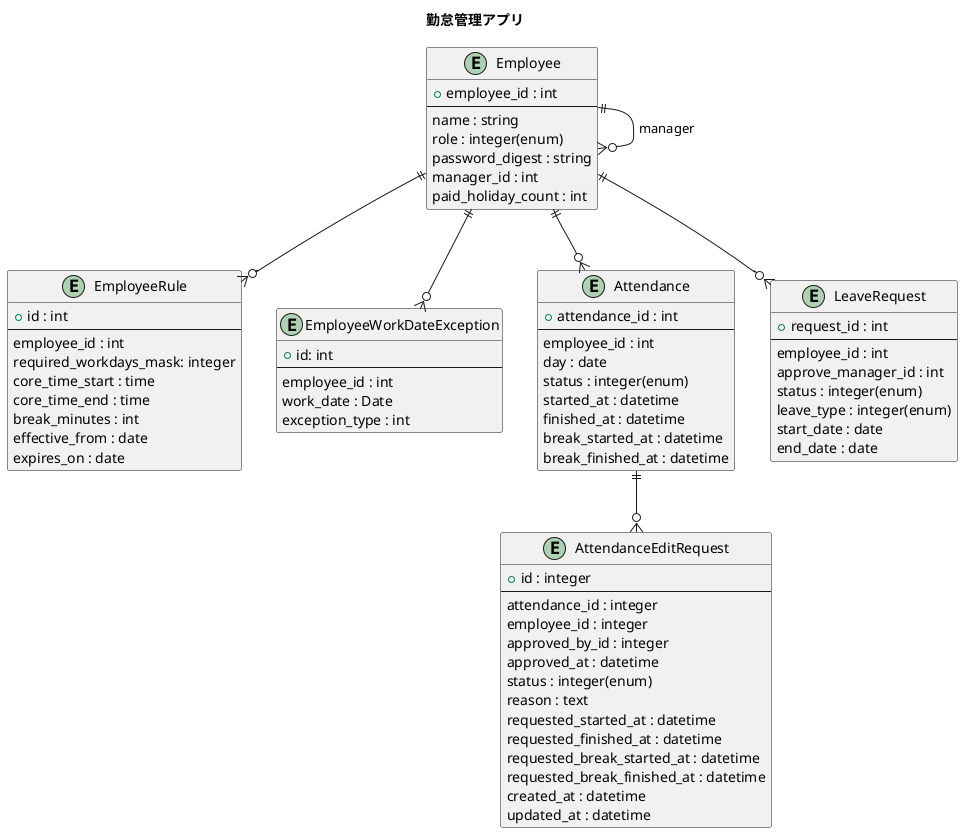
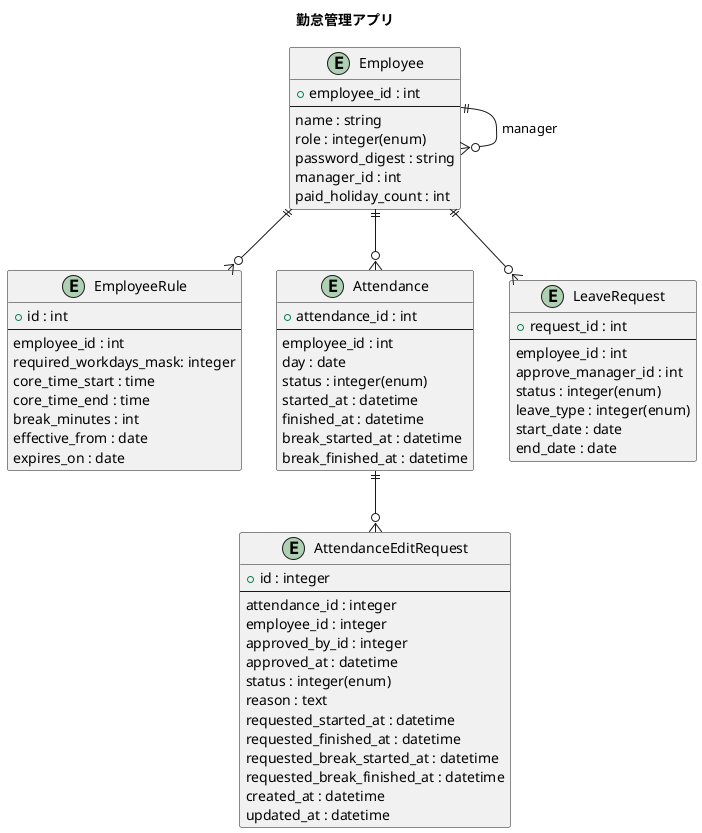
@startuml
title 勤怠管理アプリ

entity Employee {
  + employee_id : int
  --
  name : string
  role : integer(enum)
  password_digest : string
  manager_id : int
  paid_holiday_count : int
}
Employee ||--o{ Employee : manager

entity EmployeeRule {
  + id : int
  --
  employee_id : int
  required_workdays_mask: integer
  core_time_start : time
  core_time_end : time
  break_minutes : int
  effective_from : date
  expires_on : date
}

- entity EmployeeWorkDateException{
-   + id: int
-   --
-   employee_id : int
-   work_date : Date
-   exception_type : int
- }

Employee ||--o{EmployeeRule
- Employee ||--o{EmployeeWorkDateException

entity Attendance {
  + attendance_id : int
  --
  employee_id : int
  day : date
  status : integer(enum)
  started_at : datetime
  finished_at : datetime
  break_started_at : datetime
  break_finished_at : datetime
}

entity AttendanceEditRequest {
  + id : integer
  --
  attendance_id : integer
  employee_id : integer
  approved_by_id : integer
  approved_at : datetime
  'edit_type : integer(enum)
  status : integer(enum)
  reason : text
  requested_started_at : datetime
  requested_finished_at : datetime
  requested_break_started_at : datetime
  requested_break_finished_at : datetime
  created_at : datetime
  updated_at : datetime
}

entity LeaveRequest{
  + request_id : int
  --
  employee_id : int
  approve_manager_id : int
  status : integer(enum)
  leave_type : integer(enum)
  start_date : date
  end_date : date
}

Employee ||--o{ Attendance
Employee ||--o{ LeaveRequest
Attendance ||--o{ AttendanceEditRequest


@enduml